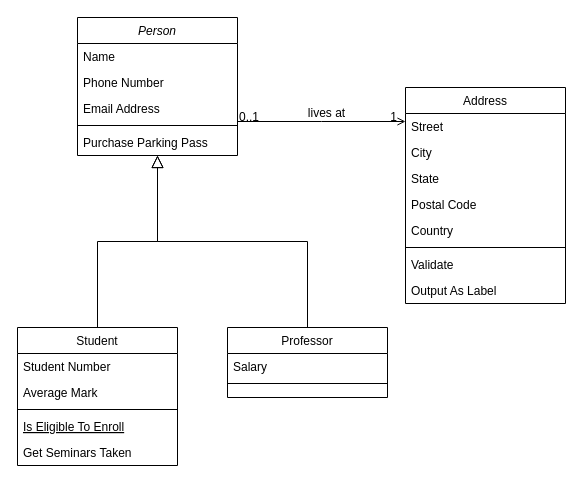
Earlier version of the draw.io diagram DiagramaClases.drawio (juanrubio110729/MiniProyecto2FPOE). Source tidied: cells renumbered, new cells numbered last; positions are measured from the earlier drawing's top-left corner, leaving out a move shared by most shapes. Both pictures are drawn from the tidied source at 100%, with x=0, y=0 at pixel (17, 17).
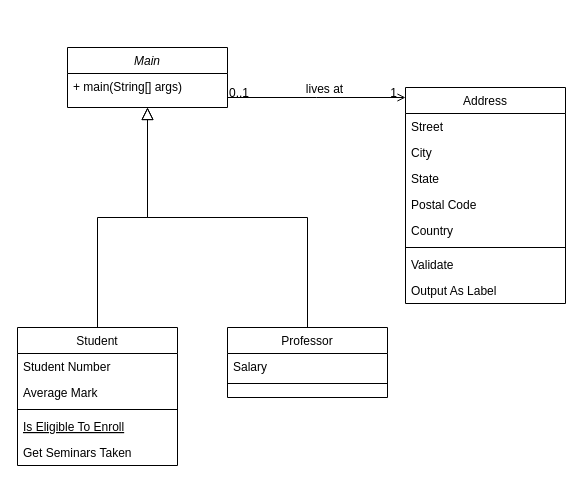
After the change.

Diff of the diagram source:
```diff
@@
-    <mxCell id="2" value="Person" style="swimlane;fontStyle=2;align=center;verticalAlign=top;horizontal=1;startSize=26;rounded=0;shadow=0;strokeWidth=1;" parent="1" vertex="1">
-      <mxGeometry x="60" width="160" height="138" as="geometry" />
+    <mxCell id="2" value="Main" style="swimlane;fontStyle=2;align=center;verticalAlign=top;horizontal=1;startSize=26;rounded=0;shadow=0;strokeWidth=1;" parent="1" vertex="1">
+      <mxGeometry x="50" y="30" width="160" height="60" as="geometry" />
     </mxCell>
-    <mxCell id="3" value="Name" style="text;align=left;verticalAlign=top;spacingLeft=4;spacingRight=4;overflow=hidden;" parent="2" vertex="1">
+    <mxCell id="3" value="+ main(String[] args)" style="text;align=left;verticalAlign=top;spacingLeft=4;spacingRight=4;overflow=hidden;" parent="2" vertex="1">
       <mxGeometry y="26" width="160" height="26" as="geometry" />
     </mxCell>
-    <mxCell id="4" value="Phone Number" style="text;align=left;verticalAlign=top;spacingLeft=4;spacingRight=4;overflow=hidden;rounded=0;shadow=0;html=0;" parent="2" vertex="1">
-      <mxGeometry y="52" width="160" height="26" as="geometry" />
-    </mxCell>
-    <mxCell id="5" value="Email Address" style="text;align=left;verticalAlign=top;spacingLeft=4;spacingRight=4;overflow=hidden;rounded=0;shadow=0;html=0;" parent="2" vertex="1">
-      <mxGeometry y="78" width="160" height="26" as="geometry" />
-    </mxCell>
-    <mxCell id="6" style="line;html=1;strokeWidth=1;align=left;verticalAlign=middle;spacingTop=-1;spacingLeft=3;spacingRight=3;labelPosition=right;" parent="2" vertex="1">
-      <mxGeometry y="104" width="160" height="8" as="geometry" />
-    </mxCell>
-    <mxCell id="7" value="Purchase Parking Pass" style="text;align=left;verticalAlign=top;spacingLeft=4;spacingRight=4;overflow=hidden;" parent="2" vertex="1">
-      <mxGeometry y="112" width="160" height="26" as="geometry" />
-    </mxCell>
```
